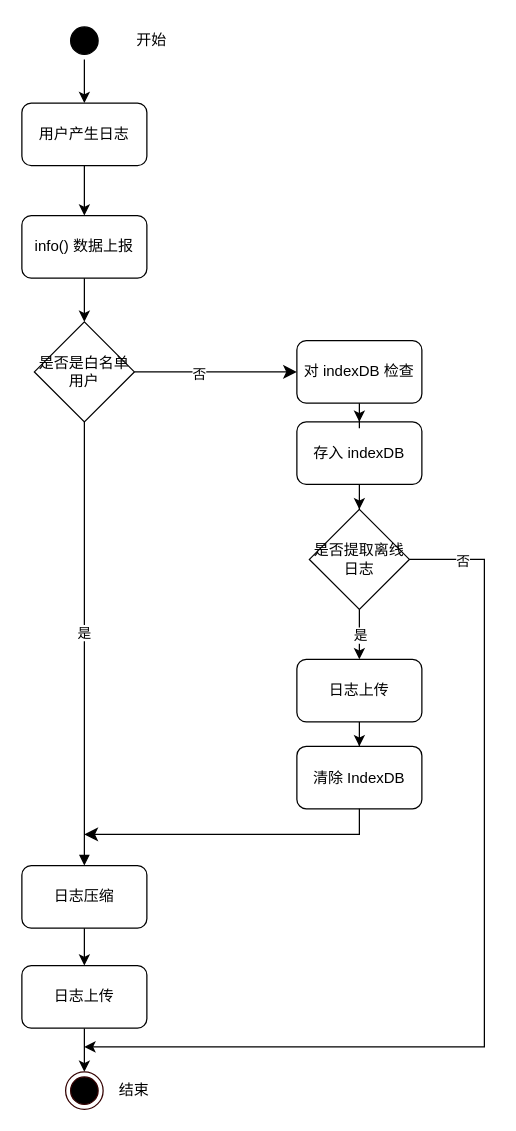
Above: 离线日志-主动上报.drawio in FelixTt/repositoryForDraw.io (draw.io), before the change. Source tidied: cells renumbered, new cells numbered last; positions are measured from the earlier drawing's top-left corner, leaving out a move shared by most shapes. Both pictures are drawn from the tidied source at 125%, with x=0, y=0 at pixel (21, 21).
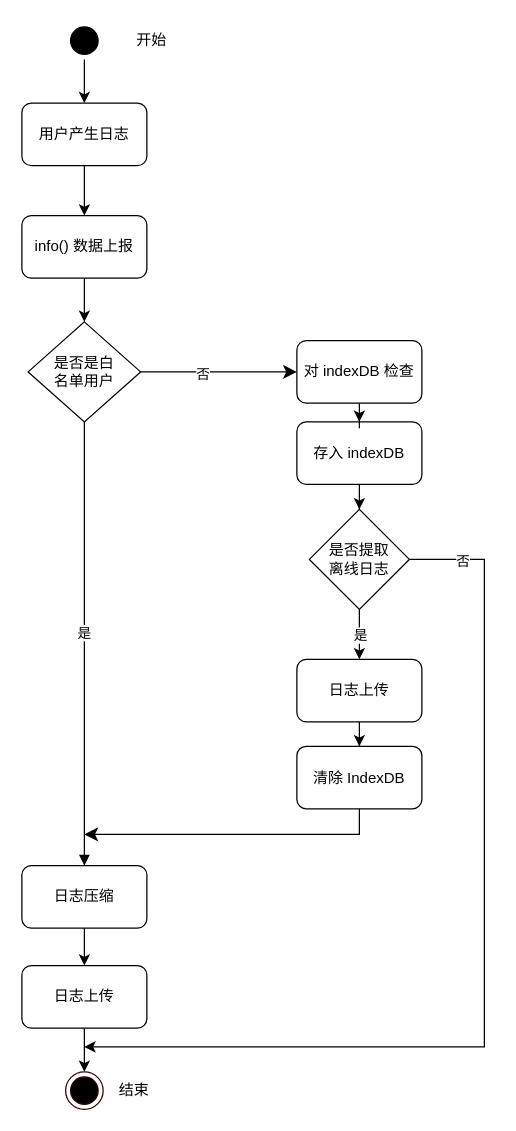
Above is the later version.

Commit message:
更新离线日志-主动上报.drawio

Diff of the diagram source:
```diff
@@
-    <mxCell id="4" value="是否是白名单用户" style="rhombus;whiteSpace=wrap;html=1;" parent="1" vertex="1">
-      <mxGeometry x="10" y="240" width="80" height="80" as="geometry" />
+    <mxCell id="4" value="是否是白&lt;br&gt;名单用户" style="rhombus;whiteSpace=wrap;html=1;" parent="1" vertex="1">
+      <mxGeometry x="5" y="240" width="90" height="80" as="geometry" />
     </mxCell>
@@
-    <mxCell id="29" value="是否提取离线日志" style="rhombus;whiteSpace=wrap;html=1;" parent="1" vertex="1">
+    <mxCell id="29" value="是否提取&lt;br&gt;离线日志" style="rhombus;whiteSpace=wrap;html=1;" parent="1" vertex="1">
       <mxGeometry x="230" y="390" width="80" height="80" as="geometry" />
     </mxCell>
```
